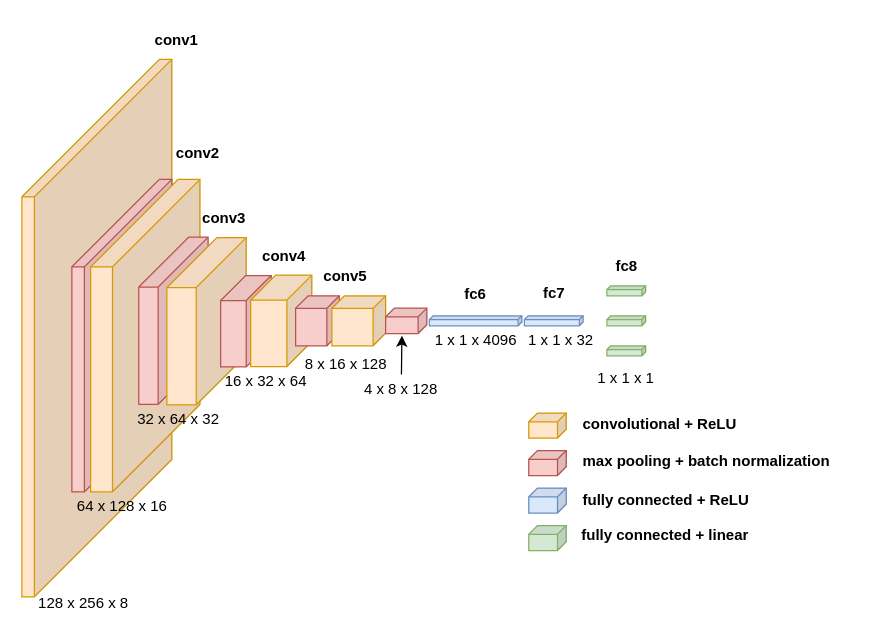
This is vgg16_xml.drawio from ShuaiMeng0601/Neural-Network-Architecture-Diagrams, a draw.io file, before an edit. Source tidied: cells renumbered, new cells numbered last; positions are measured from the earlier drawing's top-left corner, leaving out a move shared by most shapes. Both pictures are drawn from the tidied source at 125%, with x=0, y=0 at pixel (21, 21).
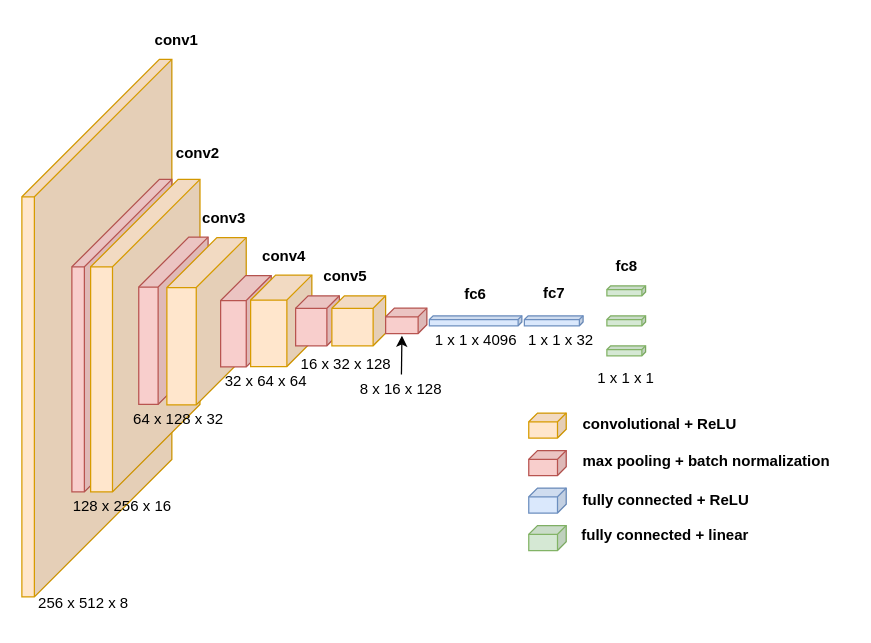
The same diagram, later.

Change to the diagram source:
```diff
@@
-    <mxCell id="27" value="128 x 256 x 8" style="text;html=1;strokeColor=none;fillColor=none;align=center;verticalAlign=middle;whiteSpace=wrap;rounded=0;" parent="1" vertex="1">
+    <mxCell id="27" value="256 x 512 x 8" style="text;html=1;strokeColor=none;fillColor=none;align=center;verticalAlign=middle;whiteSpace=wrap;rounded=0;" parent="1" vertex="1">
       <mxGeometry y="450" width="99" height="30" as="geometry" />
     </mxCell>
-    <mxCell id="28" value="64 x 128 x 16" style="text;html=1;strokeColor=none;fillColor=none;align=center;verticalAlign=middle;whiteSpace=wrap;rounded=0;" parent="1" vertex="1">
+    <mxCell id="28" value="128 x 256 x 16" style="text;html=1;strokeColor=none;fillColor=none;align=center;verticalAlign=middle;whiteSpace=wrap;rounded=0;" parent="1" vertex="1">
       <mxGeometry x="30.5" y="372.9" width="99" height="30" as="geometry" />
     </mxCell>
-    <mxCell id="29" value="32 x 64 x 32" style="text;html=1;strokeColor=none;fillColor=none;align=center;verticalAlign=middle;whiteSpace=wrap;rounded=0;" parent="1" vertex="1">
+    <mxCell id="29" value="64 x 128 x 32" style="text;html=1;strokeColor=none;fillColor=none;align=center;verticalAlign=middle;whiteSpace=wrap;rounded=0;" parent="1" vertex="1">
       <mxGeometry x="76" y="302.9" width="99" height="30" as="geometry" />
     </mxCell>
-    <mxCell id="30" value="16 x 32 x 64" style="text;html=1;strokeColor=none;fillColor=none;align=center;verticalAlign=middle;whiteSpace=wrap;rounded=0;" parent="1" vertex="1">
+    <mxCell id="30" value="32 x 64 x 64" style="text;html=1;strokeColor=none;fillColor=none;align=center;verticalAlign=middle;whiteSpace=wrap;rounded=0;" parent="1" vertex="1">
       <mxGeometry x="146" y="273.1" width="99" height="30" as="geometry" />
     </mxCell>
-    <mxCell id="31" value="8 x 16 x 128" style="text;html=1;strokeColor=none;fillColor=none;align=center;verticalAlign=middle;whiteSpace=wrap;rounded=0;" parent="1" vertex="1">
+    <mxCell id="31" value="16 x 32 x 128" style="text;html=1;strokeColor=none;fillColor=none;align=center;verticalAlign=middle;whiteSpace=wrap;rounded=0;" parent="1" vertex="1">
       <mxGeometry x="209.5" y="259.1" width="99" height="30" as="geometry" />
     </mxCell>
-    <mxCell id="32" value="4 x 8 x 128" style="text;html=1;strokeColor=none;fillColor=none;align=center;verticalAlign=middle;whiteSpace=wrap;rounded=0;" parent="1" vertex="1">
+    <mxCell id="32" value="8 x 16 x 128" style="text;html=1;strokeColor=none;fillColor=none;align=center;verticalAlign=middle;whiteSpace=wrap;rounded=0;" parent="1" vertex="1">
       <mxGeometry x="254" y="282.1" width="99" height="23.9" as="geometry" />
     </mxCell>
```
